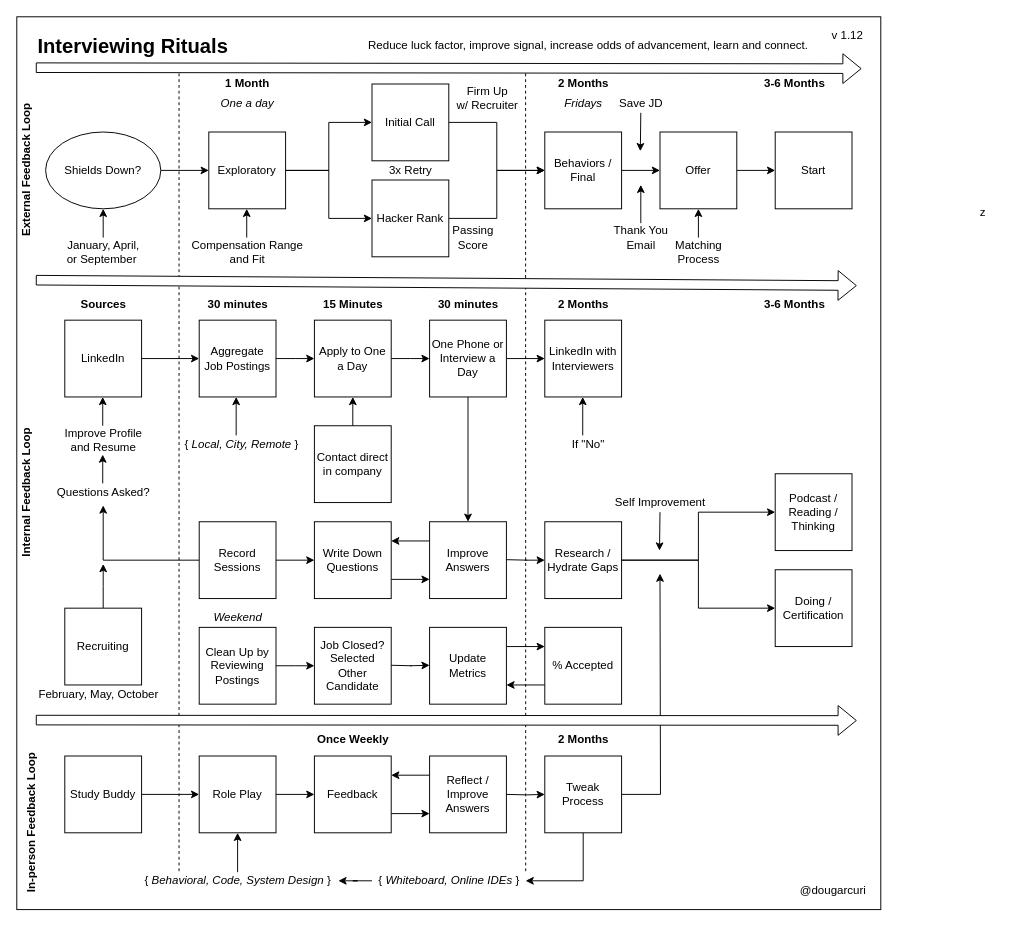
The draw.io diagram interviews/diagrams/interviewing-ritual.drawio in solidi/learning-notes, before the edit. Source tidied: cells renumbered, new cells numbered last; positions are measured from the earlier drawing's top-left corner, leaving out a move shared by most shapes. Both pictures are drawn from the tidied source at 96%, with x=0, y=0 at pixel (-46, 16).
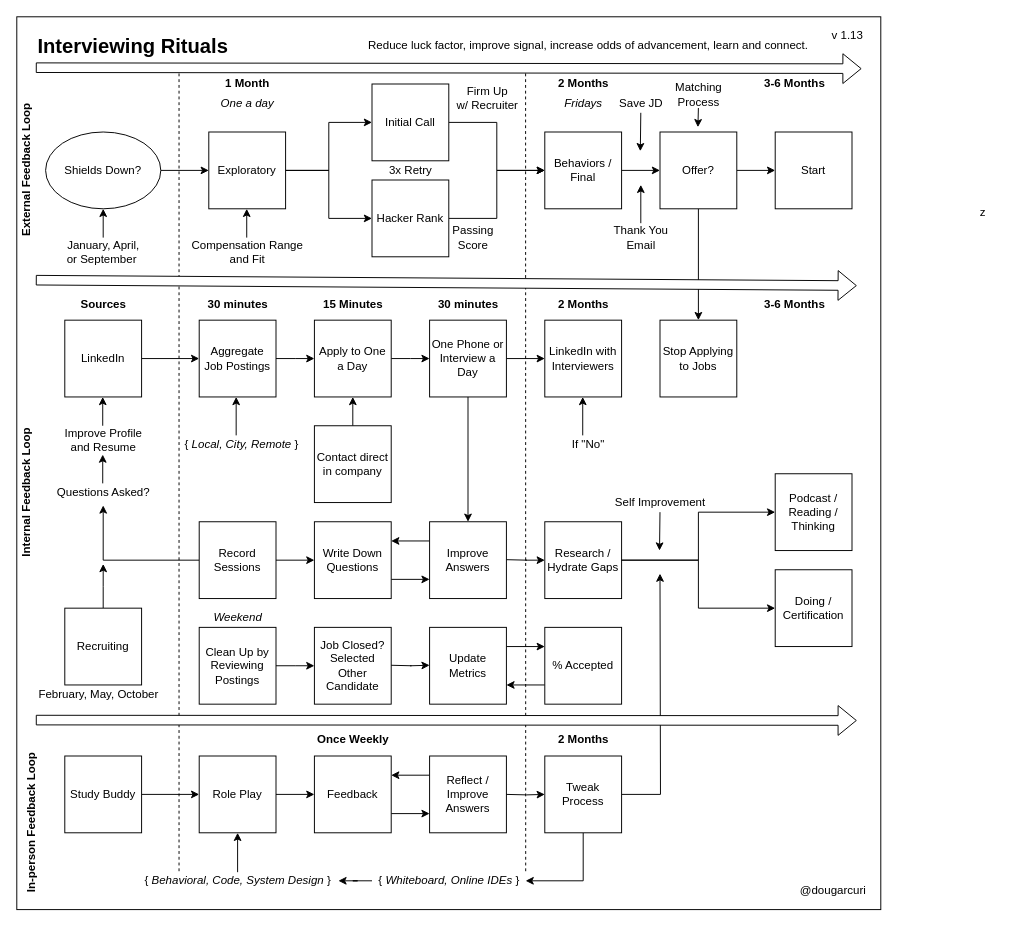
The same diagram, later.

Commit message (it also covers changes not shown here):
Minor updates to offer stage

The edit, as a diff of the source:
```diff
@@
+    <mxCell id="119" style="edgeStyle=orthogonalEdgeStyle;rounded=0;jettySize=auto;html=1;exitX=0.5;exitY=1;exitDx=0;exitDy=0;entryX=0.5;entryY=0;entryDx=0;entryDy=0;fillColor=#ffffff;" parent="1" edge="1" source="13" target="121">
+      <mxGeometry relative="1" as="geometry" />
+    </mxCell>
-    <mxCell id="13" value="Offer" style="whiteSpace=wrap;html=1;" parent="1" vertex="1">
+    <mxCell id="13" value="Offer?" style="whiteSpace=wrap;html=1;" parent="1" vertex="1">
       <mxGeometry x="735" y="120" width="80" height="80" as="geometry" />
     </mxCell>
@@
-    <mxCell id="41" style="edgeStyle=orthogonalEdgeStyle;rounded=0;orthogonalLoop=1;jettySize=auto;html=1;" parent="1" edge="1">
-      <mxGeometry relative="1" as="geometry">
-        <mxPoint x="775" y="230" as="sourcePoint" />
-        <mxPoint x="775" y="200" as="targetPoint" />
-      </mxGeometry>
-    </mxCell>
     <mxCell id="42" value="Matching&lt;br&gt;Process" style="text;html=1;align=center;verticalAlign=middle;" parent="1" vertex="1">
-      <mxGeometry x="745" y="230" width="60" height="30" as="geometry" />
+      <mxGeometry x="745" y="66" width="60" height="30" as="geometry" />
     </mxCell>
@@
-    <mxCell id="48" value="v 1.12" style="text;html=1;align=center;verticalAlign=middle;" parent="1" vertex="1">
+    <mxCell id="48" value="v 1.13" style="text;html=1;align=center;verticalAlign=middle;" parent="1" vertex="1">
       <mxGeometry x="905" y="10" width="50" height="20" as="geometry" />
     </mxCell>
@@
+    <mxCell id="120" style="endArrow=classic;html=1;" parent="1" edge="1">
+      <mxGeometry relative="1" as="geometry">
+        <mxPoint x="775" y="95" as="sourcePoint" />
+        <mxPoint x="774.5" y="115" as="targetPoint" />
+      </mxGeometry>
+    </mxCell>
+    <mxCell id="121" value="Stop Applying to Jobs" style="whiteSpace=wrap;html=1;" parent="1" vertex="1">
+      <mxGeometry x="735" y="316" width="80" height="80" as="geometry" />
+    </mxCell>
```
